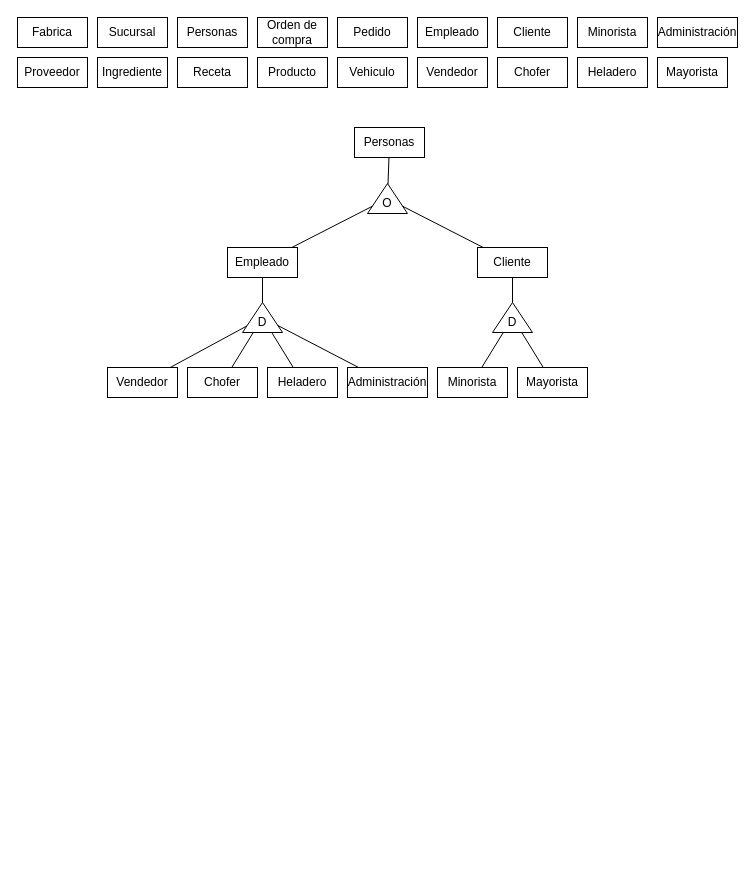
Earlier version of the draw.io diagram NUEVO PROYECTO BASE DE DATOS/Modelo 7 pasos(Con MERE).drawio (bennnnja/BASE_DE_DATOS). Source tidied: cells renumbered, new cells numbered last; positions are measured from the earlier drawing's top-left corner, leaving out a move shared by most shapes. Both pictures are drawn from the tidied source at 100%, with x=0, y=0 at pixel (17, 17).
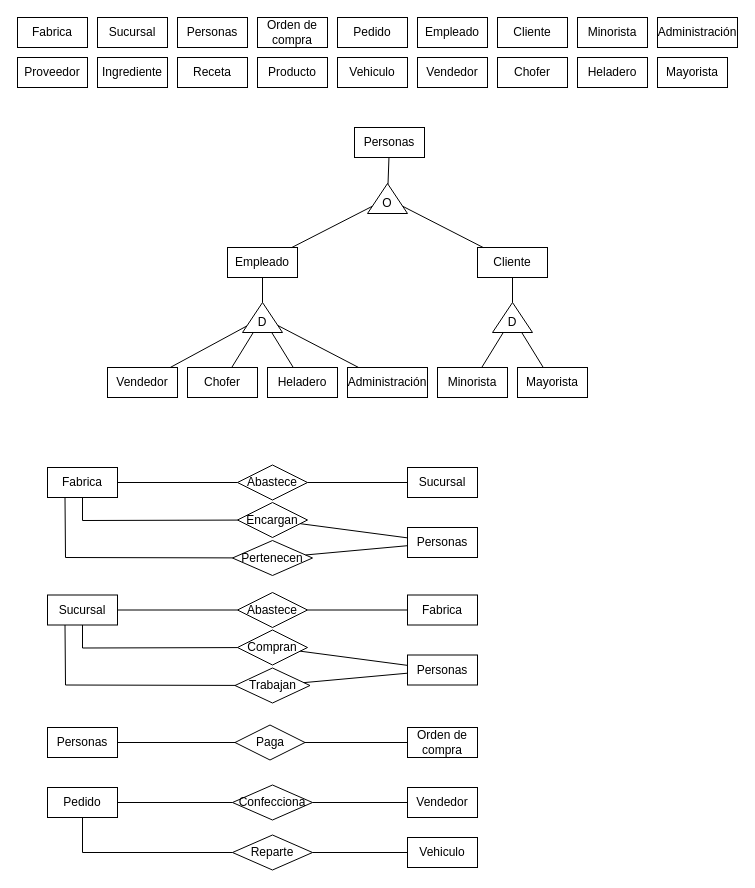
Above is the later version.

The edit, as a diff of the source:
```diff
@@
+    <mxCell id="46" value="Fabrica" style="whiteSpace=wrap;html=1;align=center;" parent="1" vertex="1">
+      <mxGeometry x="30" y="450" width="70" height="30" as="geometry" />
+    </mxCell>
+    <mxCell id="47" value="Sucursal" style="whiteSpace=wrap;html=1;align=center;" parent="1" vertex="1">
+      <mxGeometry x="390" y="450" width="70" height="30" as="geometry" />
+    </mxCell>
+    <mxCell id="48" value="Personas" style="whiteSpace=wrap;html=1;align=center;" parent="1" vertex="1">
+      <mxGeometry x="390" y="510" width="70" height="30" as="geometry" />
+    </mxCell>
+    <mxCell id="49" value="Abastece" style="shape=rhombus;perimeter=rhombusPerimeter;whiteSpace=wrap;html=1;align=center;" parent="1" vertex="1">
+      <mxGeometry x="220" y="447.5" width="70" height="35" as="geometry" />
+    </mxCell>
+    <mxCell id="50" value="Encargan" style="shape=rhombus;perimeter=rhombusPerimeter;whiteSpace=wrap;html=1;align=center;" parent="1" vertex="1">
+      <mxGeometry x="220" y="485" width="70" height="35" as="geometry" />
+    </mxCell>
+    <mxCell id="51" value="Pertenecen" style="shape=rhombus;perimeter=rhombusPerimeter;whiteSpace=wrap;html=1;align=center;" parent="1" vertex="1">
+      <mxGeometry x="215" y="523" width="80" height="35" as="geometry" />
+    </mxCell>
+    <mxCell id="52" style="endArrow=none;html=1;rounded=0;" parent="1" edge="1" source="46" target="49">
+      <mxGeometry relative="1" as="geometry" />
+    </mxCell>
+    <mxCell id="53" style="endArrow=none;html=1;rounded=0;" parent="1" edge="1" source="49" target="47">
+      <mxGeometry relative="1" as="geometry" />
+    </mxCell>
+    <mxCell id="54" style="endArrow=none;html=1;rounded=0;" parent="1" edge="1" source="46" target="50">
+      <mxGeometry relative="1" as="geometry">
+        <Array as="points">
+          <mxPoint x="65" y="503" />
+        </Array>
+      </mxGeometry>
+    </mxCell>
+    <mxCell id="55" style="endArrow=none;html=1;rounded=0;exitX=0.25;exitY=1;exitDx=0;exitDy=0;" parent="1" edge="1" source="46" target="51">
+      <mxGeometry relative="1" as="geometry">
+        <Array as="points">
+          <mxPoint x="48" y="540" />
+        </Array>
+      </mxGeometry>
+    </mxCell>
+    <mxCell id="56" style="endArrow=none;html=1;rounded=0;" parent="1" edge="1" source="51" target="48">
+      <mxGeometry relative="1" as="geometry" />
+    </mxCell>
+    <mxCell id="57" style="endArrow=none;html=1;rounded=0;" parent="1" edge="1" source="50" target="48">
+      <mxGeometry relative="1" as="geometry" />
+    </mxCell>
+    <mxCell id="58" value="Sucursal" style="whiteSpace=wrap;html=1;align=center;" parent="1" vertex="1">
+      <mxGeometry x="30" y="577.5" width="70" height="30" as="geometry" />
+    </mxCell>
+    <mxCell id="59" value="Fabrica" style="whiteSpace=wrap;html=1;align=center;" parent="1" vertex="1">
+      <mxGeometry x="390" y="577.5" width="70" height="30" as="geometry" />
+    </mxCell>
+    <mxCell id="60" value="Personas" style="whiteSpace=wrap;html=1;align=center;" parent="1" vertex="1">
+      <mxGeometry x="390" y="637.5" width="70" height="30" as="geometry" />
+    </mxCell>
+    <mxCell id="61" value="Abastece" style="shape=rhombus;perimeter=rhombusPerimeter;whiteSpace=wrap;html=1;align=center;" parent="1" vertex="1">
+      <mxGeometry x="220" y="575" width="70" height="35" as="geometry" />
+    </mxCell>
+    <mxCell id="62" value="Compran" style="shape=rhombus;perimeter=rhombusPerimeter;whiteSpace=wrap;html=1;align=center;" parent="1" vertex="1">
+      <mxGeometry x="220" y="612.5" width="70" height="35" as="geometry" />
+    </mxCell>
+    <mxCell id="63" value="Trabajan" style="shape=rhombus;perimeter=rhombusPerimeter;whiteSpace=wrap;html=1;align=center;" parent="1" vertex="1">
+      <mxGeometry x="217.5" y="650.5" width="75" height="35" as="geometry" />
+    </mxCell>
+    <mxCell id="64" style="endArrow=none;html=1;rounded=0;" parent="1" edge="1" source="58" target="61">
+      <mxGeometry relative="1" as="geometry" />
+    </mxCell>
+    <mxCell id="65" style="endArrow=none;html=1;rounded=0;" parent="1" edge="1" source="61" target="59">
+      <mxGeometry relative="1" as="geometry" />
+    </mxCell>
+    <mxCell id="66" style="endArrow=none;html=1;rounded=0;" parent="1" edge="1" source="58" target="62">
+      <mxGeometry relative="1" as="geometry">
+        <Array as="points">
+          <mxPoint x="65" y="630.5" />
+        </Array>
+      </mxGeometry>
+    </mxCell>
+    <mxCell id="67" style="endArrow=none;html=1;rounded=0;exitX=0.25;exitY=1;exitDx=0;exitDy=0;" parent="1" edge="1" source="58" target="63">
+      <mxGeometry relative="1" as="geometry">
+        <Array as="points">
+          <mxPoint x="48" y="667.5" />
+        </Array>
+      </mxGeometry>
+    </mxCell>
+    <mxCell id="68" style="endArrow=none;html=1;rounded=0;" parent="1" edge="1" source="63" target="60">
+      <mxGeometry relative="1" as="geometry" />
+    </mxCell>
+    <mxCell id="69" style="endArrow=none;html=1;rounded=0;" parent="1" edge="1" source="62" target="60">
+      <mxGeometry relative="1" as="geometry" />
+    </mxCell>
+    <mxCell id="70" value="Personas" style="whiteSpace=wrap;html=1;align=center;" parent="1" vertex="1">
+      <mxGeometry x="30" y="710" width="70" height="30" as="geometry" />
+    </mxCell>
+    <mxCell id="71" value="Paga" style="shape=rhombus;perimeter=rhombusPerimeter;whiteSpace=wrap;html=1;align=center;" parent="1" vertex="1">
+      <mxGeometry x="217.5" y="707.5" width="70" height="35" as="geometry" />
+    </mxCell>
+    <mxCell id="72" value="Orden de compra" style="whiteSpace=wrap;html=1;align=center;" parent="1" vertex="1">
+      <mxGeometry x="390" y="710" width="70" height="30" as="geometry" />
+    </mxCell>
+    <mxCell id="73" style="endArrow=none;html=1;rounded=0;" parent="1" edge="1" source="70" target="71">
+      <mxGeometry relative="1" as="geometry" />
+    </mxCell>
+    <mxCell id="74" style="endArrow=none;html=1;rounded=0;" parent="1" edge="1" source="71" target="72">
+      <mxGeometry relative="1" as="geometry" />
+    </mxCell>
+    <mxCell id="75" value="Vendedor" style="whiteSpace=wrap;html=1;align=center;" parent="1" vertex="1">
+      <mxGeometry x="390" y="770" width="70" height="30" as="geometry" />
+    </mxCell>
+    <mxCell id="76" value="Pedido" style="whiteSpace=wrap;html=1;align=center;" parent="1" vertex="1">
+      <mxGeometry x="30" y="770" width="70" height="30" as="geometry" />
+    </mxCell>
+    <mxCell id="77" value="Confecciona" style="shape=rhombus;perimeter=rhombusPerimeter;whiteSpace=wrap;html=1;align=center;" parent="1" vertex="1">
+      <mxGeometry x="215" y="767.5" width="80" height="35" as="geometry" />
+    </mxCell>
+    <mxCell id="78" style="endArrow=none;html=1;rounded=0;" parent="1" edge="1" source="75" target="77">
+      <mxGeometry relative="1" as="geometry" />
+    </mxCell>
+    <mxCell id="79" style="endArrow=none;html=1;rounded=0;" parent="1" edge="1" source="77" target="76">
+      <mxGeometry relative="1" as="geometry" />
+    </mxCell>
+    <mxCell id="80" value="Vehiculo" style="whiteSpace=wrap;html=1;align=center;" parent="1" vertex="1">
+      <mxGeometry x="390" y="820" width="70" height="30" as="geometry" />
+    </mxCell>
+    <mxCell id="81" value="Reparte" style="shape=rhombus;perimeter=rhombusPerimeter;whiteSpace=wrap;html=1;align=center;" parent="1" vertex="1">
+      <mxGeometry x="215" y="817.5" width="80" height="35" as="geometry" />
+    </mxCell>
+    <mxCell id="82" style="endArrow=none;html=1;rounded=0;" parent="1" edge="1" source="76" target="81">
+      <mxGeometry relative="1" as="geometry">
+        <Array as="points">
+          <mxPoint x="65" y="835" />
+        </Array>
+      </mxGeometry>
+    </mxCell>
+    <mxCell id="83" style="endArrow=none;html=1;rounded=0;" parent="1" edge="1" source="81" target="80">
+      <mxGeometry relative="1" as="geometry" />
+    </mxCell>
```
